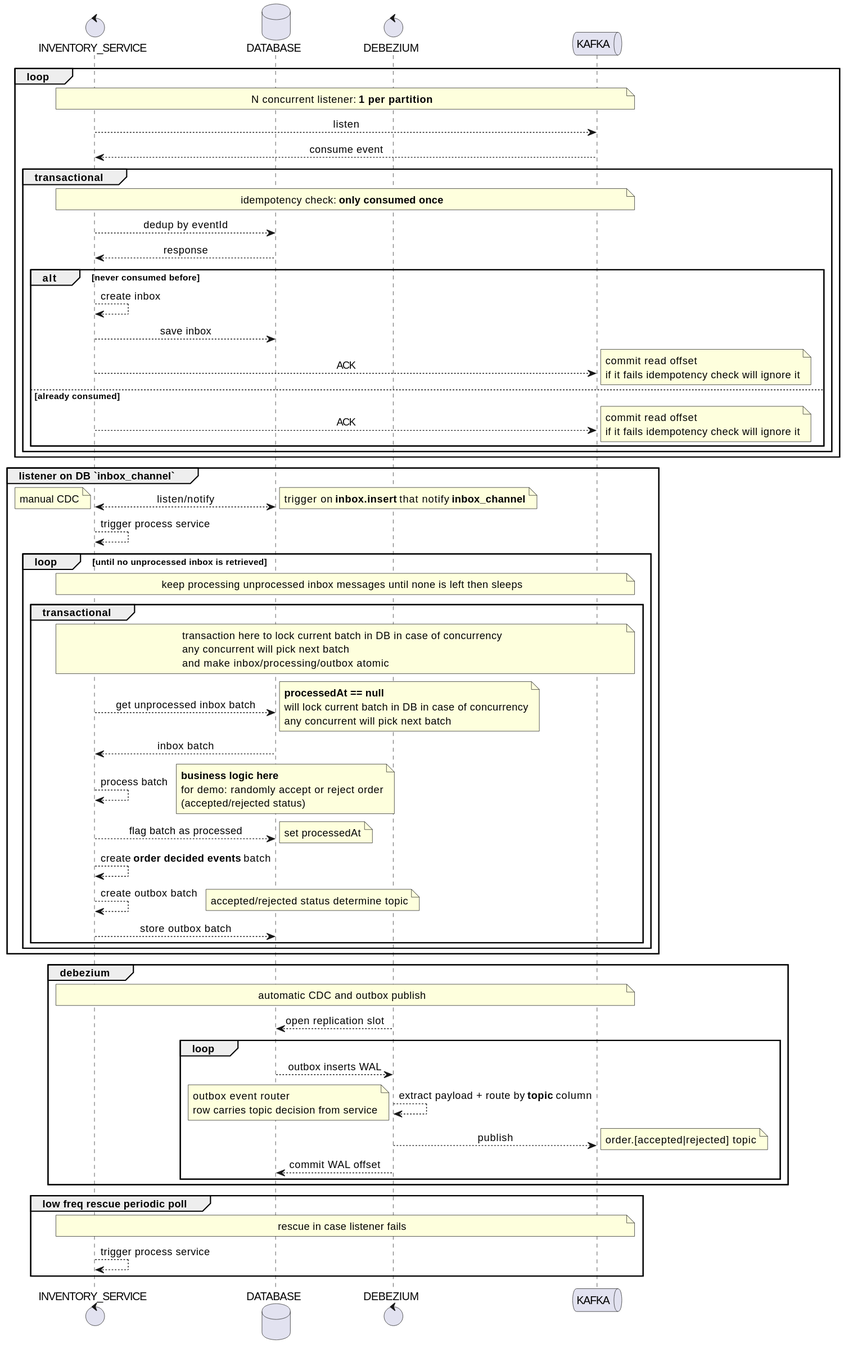
7mza/kafka-demo keeps this PlantUML diagram as docs/inventory_service_seq.svg. Above is the earlier version.
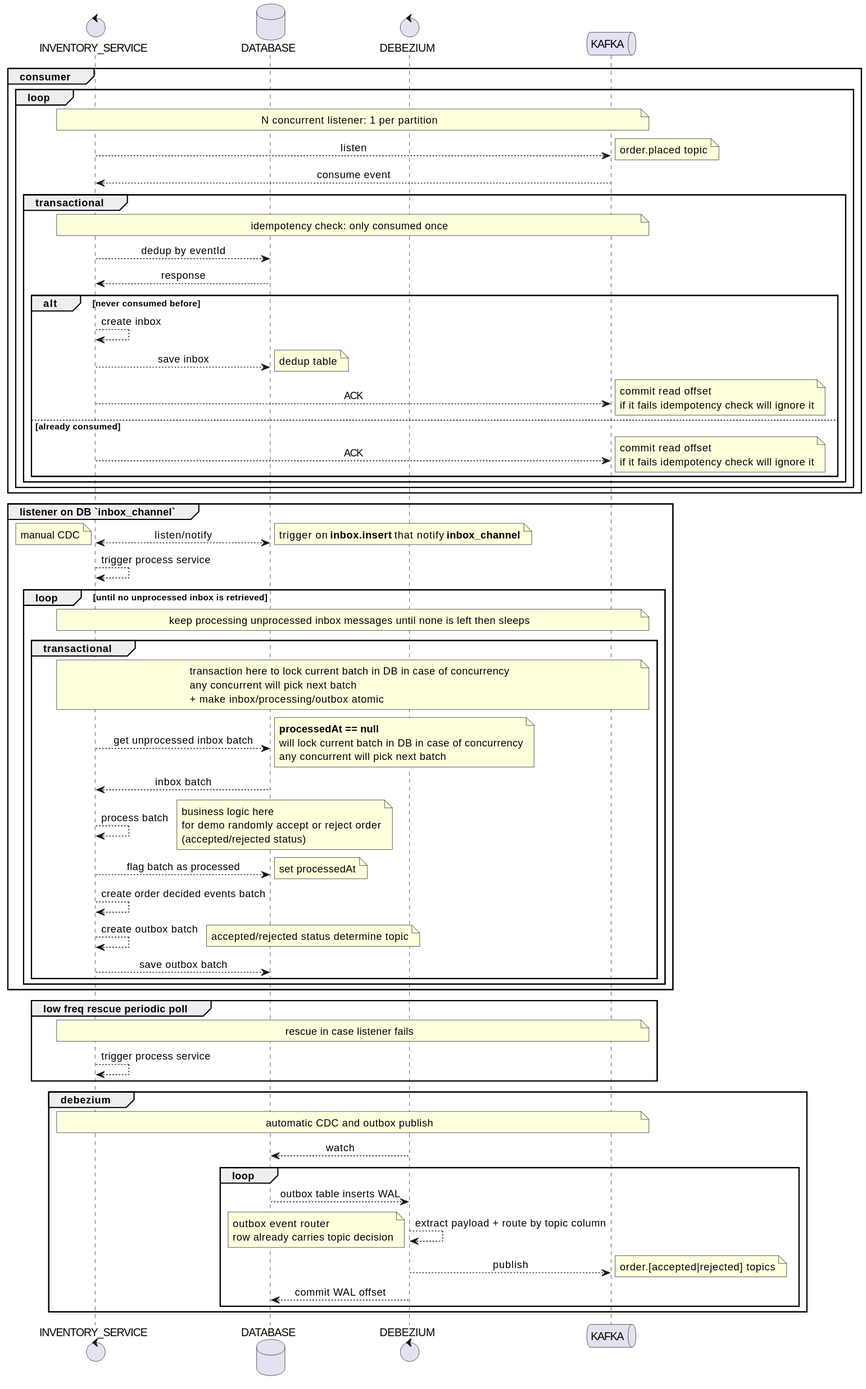
The same diagram one commit later.

What changed in the source:
```diff
@@ -6,22 +6,26 @@
 control DEBEZIUM as Z
 queue KAFKA as K
 
-loop
-    note across: N concurrent listener: **1 per partition**
-    SERVICE --> K: listen
-    K --> SERVICE: consume event
-    group transactional
-        note across: idempotency check: **only consumed once**
-        SERVICE --> DB: dedup by eventId
-        DB --> SERVICE: response
-        alt never consumed before
-            SERVICE --> SERVICE: create inbox
-            SERVICE --> DB: save inbox
-            SERVICE --> K: ACK
-            note right: commit read offset\nif it fails idempotency check will ignore it
-        else already consumed
-            SERVICE --> K: ACK
-            note right: commit read offset\nif it fails idempotency check will ignore it
+group consumer
+    loop
+        note across: N concurrent listener: 1 per partition
+        SERVICE --> K: listen
+        note right: order.placed topic
+        K --> SERVICE: consume event
+        group transactional
+            note across: idempotency check: only consumed once
+            SERVICE --> DB: dedup by eventId
+            DB --> SERVICE: response
+            alt never consumed before
+                SERVICE --> SERVICE: create inbox
+                SERVICE --> DB: save inbox
+                note right: dedup table
+                SERVICE --> K: ACK
+                note right: commit read offset\nif it fails idempotency check will ignore it
+            else already consumed
+                SERVICE --> K: ACK
+                note right: commit read offset\nif it fails idempotency check will ignore it
+            end
         end
     end
 end
@@ -34,32 +38,19 @@
     loop until no unprocessed inbox is retrieved
         note across: keep processing unprocessed inbox messages until none is left then sleeps
         group transactional
-            note across: transaction here to lock current batch in DB in case of concurrency\nany concurrent will pick next batch\nand make inbox/processing/outbox atomic
+            note across: transaction here to lock current batch in DB in case of concurrency\nany concurrent will pick next batch\n+ make inbox/processing/outbox atomic
             SERVICE --> DB: get unprocessed inbox batch
             note right: **processedAt == null**\nwill lock current batch in DB in case of concurrency\nany concurrent will pick next batch
             DB --> SERVICE: inbox batch
             SERVICE --> SERVICE: process batch
-            note right: **business logic here**\nfor demo: randomly accept or reject order\n(accepted/rejected status)
+            note right: business logic here\nfor demo randomly accept or reject order\n(accepted/rejected status)
             SERVICE --> DB: flag batch as processed
             note right: set processedAt
-            SERVICE --> SERVICE: create **order decided events** batch
+            SERVICE --> SERVICE: create order decided events batch
             SERVICE --> SERVICE: create outbox batch
             note right: accepted/rejected status determine topic
-            SERVICE --> DB: store outbox batch
+            SERVICE --> DB: save outbox batch
         end
-    end
-end
-
-group debezium
-    note across: automatic CDC and outbox publish
-    Z --> DB: open replication slot
-    loop
-        DB --> Z: outbox inserts WAL
-        Z --> Z: extract payload + route by **topic** column
-        note left: outbox event router\nrow carries topic decision from service
-        Z --> K: publish
-        note right: order.[accepted|rejected] topic
-        Z --> DB: commit WAL offset
     end
 end
 
@@ -67,4 +58,17 @@
     note across: rescue in case listener fails
     SERVICE --> SERVICE: trigger process service
 end
+
+group debezium
+    note across: automatic CDC and outbox publish
+    Z --> DB: watch
+    loop
+        DB --> Z: outbox table inserts WAL
+        Z --> Z: extract payload + route by topic column
+        note left: outbox event router\nrow already carries topic decision
+        Z --> K: publish
+        note right: order.[accepted|rejected] topics
+        Z --> DB: commit WAL offset
+    end
+end
 @enduml
```
